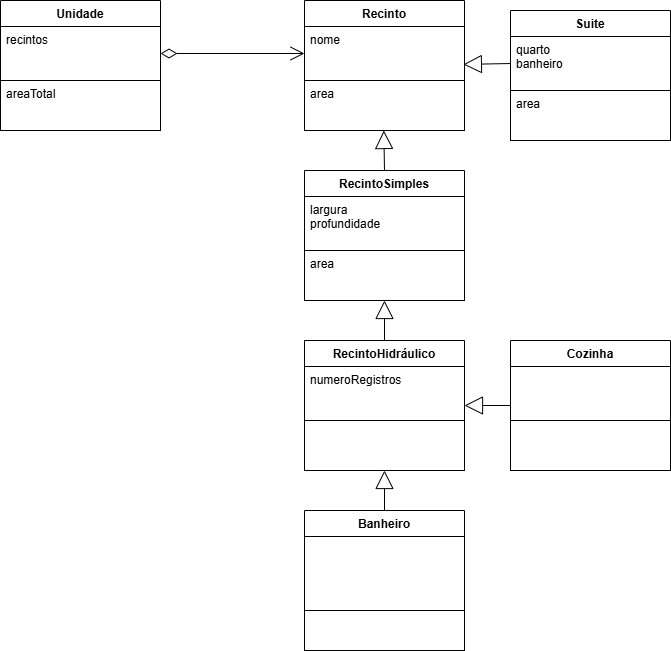
Above: refugios/tarefa1.drawio.png in hashiprobr-classroom/aps-3-aps3-js (draw.io), before the change. Source tidied: cells renumbered, new cells last; positions are measured from the earlier drawing's top-left corner, leaving out a move shared by most shapes.
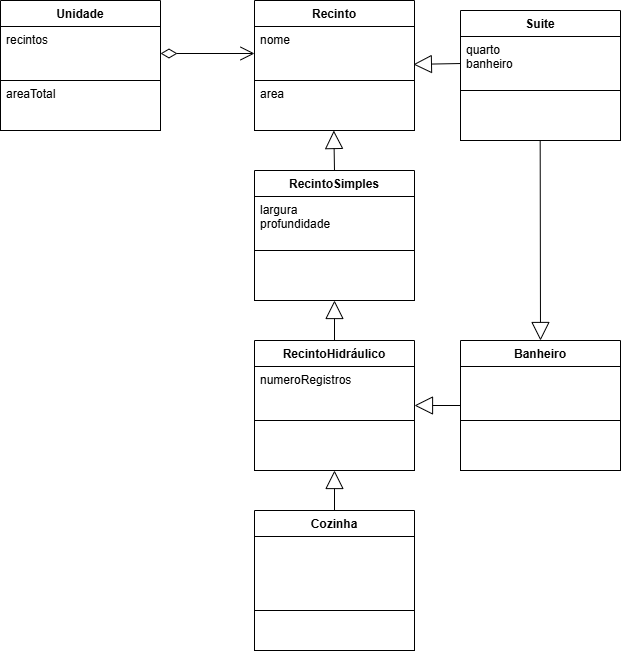
Above is the later version.

Diff of the diagram source:
```diff
@@ -2,7 +2,7 @@
   <root>
     <mxCell id="0" />
     <mxCell id="1" parent="0" />
-    <mxCell id="2" value="Banheiro" style="swimlane;fontStyle=1;align=center;verticalAlign=top;horizontal=1;startSize=26;fontColor=#000000;strokeColor=#000000;fillColor=#FFFFFF;" parent="1" vertex="1">
+    <mxCell id="2" value="Cozinha" style="swimlane;fontStyle=1;align=center;verticalAlign=top;horizontal=1;startSize=26;fontColor=#000000;strokeColor=#000000;fillColor=#FFFFFF;" parent="1" vertex="1">
       <mxGeometry x="304" y="510" width="160" height="140" as="geometry" />
     </mxCell>
     <mxCell id="3" style="text;strokeColor=#000000;fillColor=#FFFFFF;align=left;verticalAlign=top;spacingLeft=4;spacingRight=4;overflow=hidden;fontColor=#000000;" parent="2" vertex="1">
@@ -17,7 +17,7 @@
     <mxCell id="6" style="endArrow=block;endSize=16;endFill=0;html=1;strokeColor=#000000;fontColor=#000000;labelBackgroundColor=#FFFFFF;exitX=0.5;exitY=0;exitDx=0;exitDy=0;entryX=0.5;entryY=1;entryDx=0;entryDy=0;" parent="1" edge="1" source="2" target="10">
       <mxGeometry relative="1" as="geometry" />
     </mxCell>
-    <mxCell id="7" value="Cozinha" style="swimlane;fontStyle=1;align=center;verticalAlign=top;horizontal=1;startSize=26;fontColor=#000000;strokeColor=#000000;fillColor=#FFFFFF;" parent="1" vertex="1">
+    <mxCell id="7" value="Banheiro" style="swimlane;fontStyle=1;align=center;verticalAlign=top;horizontal=1;startSize=26;fontColor=#000000;strokeColor=#000000;fillColor=#FFFFFF;" parent="1" vertex="1">
       <mxGeometry x="510" y="340" width="160" height="130" as="geometry" />
     </mxCell>
     <mxCell id="8" value="&#10;" style="text;strokeColor=#000000;fillColor=#FFFFFF;align=left;verticalAlign=top;spacingLeft=4;spacingRight=4;overflow=hidden;fontColor=#000000;" parent="7" vertex="1">
@@ -41,11 +41,11 @@
     <mxCell id="14" value="largura&#10;profundidade" style="text;strokeColor=#000000;fillColor=#FFFFFF;align=left;verticalAlign=top;spacingLeft=4;spacingRight=4;overflow=hidden;fontColor=#000000;" parent="13" vertex="1">
       <mxGeometry y="26" width="160" height="54" as="geometry" />
     </mxCell>
-    <mxCell id="15" value="area" style="text;strokeColor=#000000;fillColor=#FFFFFF;align=left;verticalAlign=top;spacingLeft=4;spacingRight=4;overflow=hidden;fontColor=#000000;" parent="13" vertex="1">
+    <mxCell id="15" style="text;strokeColor=#000000;fillColor=#FFFFFF;align=left;verticalAlign=top;spacingLeft=4;spacingRight=4;overflow=hidden;fontColor=#000000;" parent="13" vertex="1">
       <mxGeometry y="80" width="160" height="50" as="geometry" />
     </mxCell>
     <mxCell id="16" value="Unidade" style="swimlane;fontStyle=1;align=center;verticalAlign=top;horizontal=1;startSize=26;fontColor=#000000;strokeColor=#000000;fillColor=#FFFFFF;" parent="1" vertex="1">
-      <mxGeometry width="160" height="130" as="geometry" />
+      <mxGeometry x="50" width="160" height="130" as="geometry" />
     </mxCell>
     <mxCell id="17" value="recintos" style="text;strokeColor=#000000;fillColor=#FFFFFF;align=left;verticalAlign=top;spacingLeft=4;spacingRight=4;overflow=hidden;points=[[0,0.5],[1,0.5]];portConstraint=eastwest;fontColor=#000000;" parent="16" vertex="1">
       <mxGeometry y="26" width="160" height="54" as="geometry" />
@@ -63,14 +63,11 @@
       <mxGeometry y="80" width="160" height="50" as="geometry" />
     </mxCell>
     <mxCell id="22" value="Suite" style="swimlane;fontStyle=1;align=center;verticalAlign=top;horizontal=1;startSize=26;fontColor=#000000;strokeColor=#000000;fillColor=#FFFFFF;" parent="1" vertex="1">
-      <mxGeometry x="510" y="10" width="160" height="130" as="geometry" />
+      <mxGeometry x="510" y="10" width="160" height="80" as="geometry" />
     </mxCell>
     <mxCell id="23" value="quarto&#10;banheiro" style="text;strokeColor=#000000;fillColor=#FFFFFF;align=left;verticalAlign=top;spacingLeft=4;spacingRight=4;overflow=hidden;points=[[0,0.5],[1,0.5]];portConstraint=eastwest;fontColor=#000000;" parent="22" vertex="1">
       <mxGeometry y="26" width="160" height="54" as="geometry" />
     </mxCell>
-    <mxCell id="24" value="area" style="text;strokeColor=#000000;fillColor=#FFFFFF;align=left;verticalAlign=top;spacingLeft=4;spacingRight=4;overflow=hidden;points=[[0,0.5],[1,0.5]];portConstraint=eastwest;fontColor=#000000;" parent="22" vertex="1">
-      <mxGeometry y="80" width="160" height="50" as="geometry" />
-    </mxCell>
     <mxCell id="25" style="endArrow=block;endSize=16;endFill=0;html=1;strokeColor=#000000;fontColor=#000000;labelBackgroundColor=#FFFFFF;exitX=0.5;exitY=0;exitDx=0;exitDy=0;entryX=0;entryY=1;entryDx=0;entryDy=0;" parent="1" edge="1" source="13">
       <mxGeometry relative="1" as="geometry">
         <mxPoint x="383.3" y="130" as="targetPoint" />
@@ -85,5 +82,11 @@
     <mxCell id="28" style="endArrow=block;endSize=16;endFill=0;html=1;strokeColor=#000000;fontColor=#000000;labelBackgroundColor=#FFFFFF;exitX=0;exitY=0.5;exitDx=0;exitDy=0;entryX=0.993;entryY=0.702;entryDx=0;entryDy=0;entryPerimeter=0;" parent="1" edge="1" source="23" target="20">
       <mxGeometry relative="1" as="geometry" />
     </mxCell>
+    <mxCell id="29" style="endArrow=block;endSize=16;endFill=0;html=1;strokeColor=#000000;fontColor=#000000;labelBackgroundColor=#FFFFFF;exitX=0.498;exitY=0.972;exitDx=0;exitDy=0;exitPerimeter=0;entryX=0.5;entryY=0;entryDx=0;entryDy=0;" parent="1" edge="1" source="24" target="7">
+      <mxGeometry relative="1" as="geometry" />
+    </mxCell>
+    <mxCell id="24" style="text;strokeColor=#000000;fillColor=#FFFFFF;align=left;verticalAlign=top;spacingLeft=4;spacingRight=4;overflow=hidden;points=[[0,0.5],[1,0.5]];portConstraint=eastwest;fontColor=#000000;" parent="1" vertex="1">
+      <mxGeometry x="510" y="90" width="160" height="50" as="geometry" />
+    </mxCell>
   </root>
 </mxGraphModel>
```
